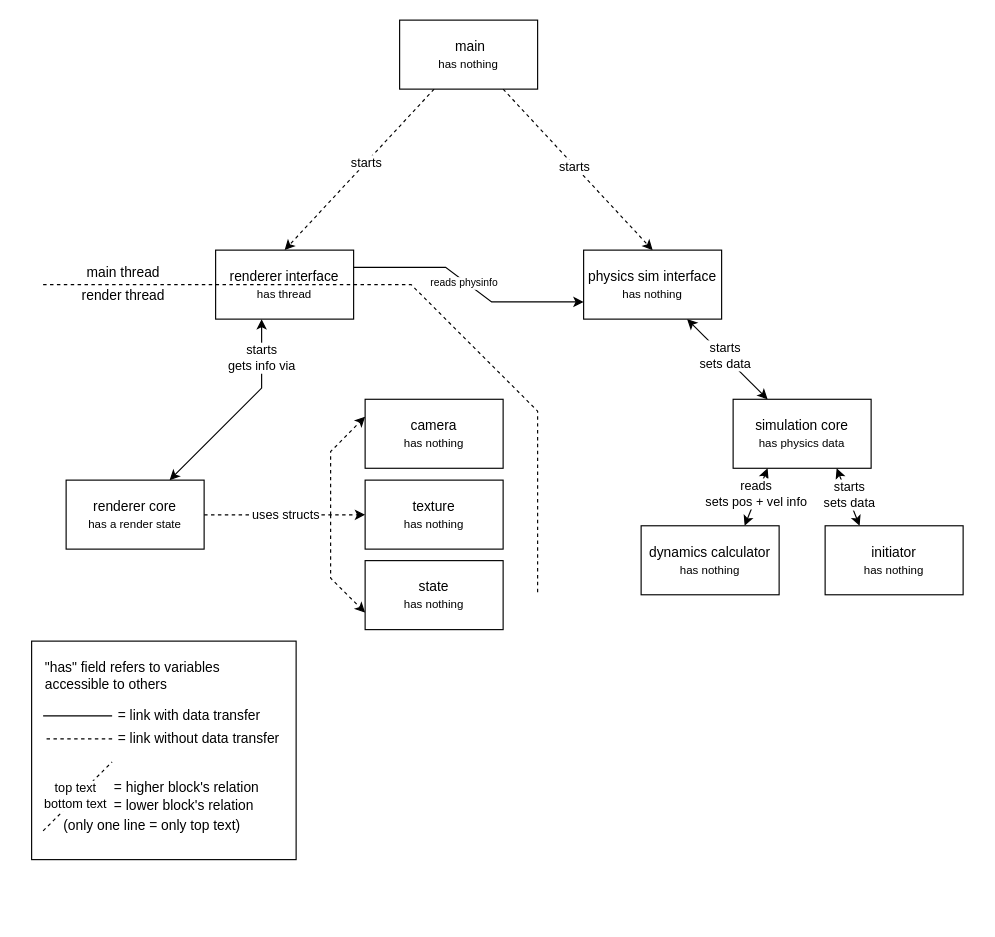
The draw.io diagram fusion.drawio in Naautilus/fusion, before the edit. Source tidied: cells renumbered, new cells numbered last; positions are measured from the earlier drawing's top-left corner, leaving out a move shared by most shapes. Both pictures are drawn from the tidied source at 115%, with x=0, y=0 at pixel (31, 20).
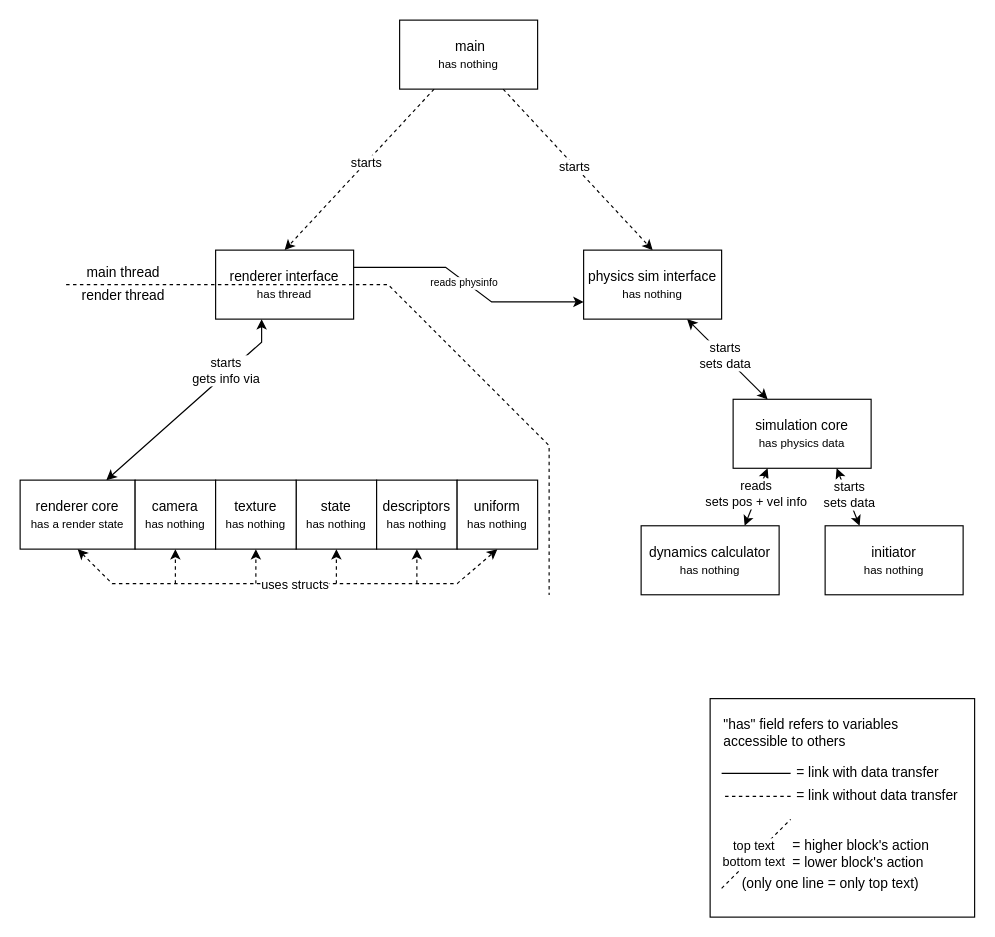
After the change.

The edit, as a diff of the source:
```diff
@@
     <mxCell id="2" style="rounded=0;whiteSpace=wrap;html=1;" parent="1" vertex="1">
-      <mxGeometry y="540" width="230" height="190" as="geometry" />
+      <mxGeometry x="590" y="590" width="230" height="190" as="geometry" />
     </mxCell>
@@
     <mxCell id="16" value="state&lt;div&gt;&lt;font size=&quot;1&quot;&gt;has nothing&lt;/font&gt;&lt;/div&gt;" style="rounded=0;whiteSpace=wrap;html=1;" parent="1" vertex="1">
-      <mxGeometry x="290" y="470" width="120" height="60" as="geometry" />
+      <mxGeometry x="230" y="400" width="70" height="60" as="geometry" />
     </mxCell>
     <mxCell id="17" style="rounded=0;jettySize=auto;html=1;entryX=0.75;entryY=0;entryDx=0;entryDy=0;startArrow=classic;startFill=1;" parent="1" edge="1" target="25">
       <mxGeometry relative="1" as="geometry">
         <mxPoint x="200" y="260" as="sourcePoint" />
         <Array as="points">
-          <mxPoint x="200" y="320" />
+          <mxPoint x="200" y="280" />
         </Array>
       </mxGeometry>
     </mxCell>
     <mxCell id="18" value="starts&lt;div&gt;gets info via&lt;/div&gt;" style="edgeLabel;html=1;align=center;verticalAlign=middle;" parent="17" vertex="1">
       <mxGeometry x="-0.15" y="-1" relative="1" as="geometry">
-        <mxPoint x="10" y="-36" as="offset" />
+        <mxPoint x="18" y="-18" as="offset" />
       </mxGeometry>
     </mxCell>
@@
-    <mxCell id="23" style="edgeStyle=orthogonalEdgeStyle;rounded=0;orthogonalLoop=1;jettySize=auto;html=1;exitX=1;exitY=0.75;exitDx=0;exitDy=0;entryX=0;entryY=0.75;entryDx=0;entryDy=0;dashed=1;" parent="1" edge="1">
+    <mxCell id="23" style="rounded=0;jettySize=auto;html=1;dashed=1;exitX=0.5;exitY=1;exitDx=0;exitDy=0;entryX=0.5;entryY=1;entryDx=0;entryDy=0;startArrow=classic;startFill=1;" parent="1" edge="1" source="25" target="44">
       <mxGeometry relative="1" as="geometry">
-        <mxPoint x="150" y="430.2" as="sourcePoint" />
-        <mxPoint x="290" y="430.2" as="targetPoint" />
+        <Array as="points">
+          <mxPoint x="70" y="490" />
+          <mxPoint x="370" y="490" />
+        </Array>
       </mxGeometry>
     </mxCell>
     <mxCell id="24" value="uses structs" style="edgeLabel;html=1;align=center;verticalAlign=middle;" parent="23" vertex="1">
-      <mxGeometry x="-0.01" y="1" relative="1" as="geometry">
-        <mxPoint x="1" as="offset" />
+      <mxGeometry x="-0.7" y="-3" relative="1" as="geometry">
+        <mxPoint x="143" y="-3" as="offset" />
       </mxGeometry>
     </mxCell>
     <mxCell id="25" value="renderer core&lt;div&gt;&lt;font size=&quot;1&quot;&gt;has a render state&lt;/font&gt;&lt;/div&gt;" style="rounded=0;whiteSpace=wrap;html=1;" parent="1" vertex="1">
-      <mxGeometry x="30" y="400" width="120" height="60" as="geometry" />
+      <mxGeometry x="-10" y="400" width="100" height="60" as="geometry" />
     </mxCell>
     <mxCell id="26" value="camera&lt;br&gt;&lt;div&gt;&lt;span style=&quot;font-size: 10px;&quot;&gt;has nothing&lt;/span&gt;&lt;/div&gt;" style="rounded=0;whiteSpace=wrap;html=1;" parent="1" vertex="1">
-      <mxGeometry x="290" y="329.7" width="120" height="60" as="geometry" />
+      <mxGeometry x="90" y="400" width="70" height="60" as="geometry" />
     </mxCell>
     <mxCell id="27" value="&quot;has&quot; field refers to variables accessible to others" style="text;html=1;whiteSpace=wrap;strokeColor=none;fillColor=none;align=left;verticalAlign=middle;rounded=0;" parent="1" vertex="1">
-      <mxGeometry x="10" y="555" width="180" height="30" as="geometry" />
+      <mxGeometry x="600" y="605" width="180" height="30" as="geometry" />
     </mxCell>
@@
     <mxCell id="29" style="endArrow=none;html=1;rounded=0;" parent="1" edge="1">
       <mxGeometry relative="1" as="geometry">
-        <mxPoint x="70" y="605" as="sourcePoint" />
-        <mxPoint x="10" y="605" as="targetPoint" />
+        <mxPoint x="660" y="655" as="sourcePoint" />
+        <mxPoint x="600" y="655" as="targetPoint" />
       </mxGeometry>
     </mxCell>
     <mxCell id="30" value="&amp;nbsp;&lt;span style=&quot;background-color: transparent; color: light-dark(rgb(0, 0, 0), rgb(255, 255, 255));&quot;&gt;= link with data transfer&lt;/span&gt;" style="text;html=1;whiteSpace=wrap;strokeColor=none;fillColor=none;align=left;verticalAlign=middle;rounded=0;" parent="1" vertex="1">
-      <mxGeometry x="70" y="595" width="150" height="20" as="geometry" />
+      <mxGeometry x="660" y="645" width="150" height="20" as="geometry" />
     </mxCell>
     <mxCell id="31" style="endArrow=none;dashed=1;html=1;rounded=0;" parent="1" edge="1">
       <mxGeometry relative="1" as="geometry">
-        <mxPoint x="70" y="625" as="sourcePoint" />
-        <mxPoint x="10" y="625" as="targetPoint" />
+        <mxPoint x="660" y="675" as="sourcePoint" />
+        <mxPoint x="600" y="675" as="targetPoint" />
       </mxGeometry>
     </mxCell>
     <mxCell id="32" value="&amp;nbsp;&lt;span style=&quot;background-color: transparent; color: light-dark(rgb(0, 0, 0), rgb(255, 255, 255));&quot;&gt;= link without data transfer&lt;/span&gt;" style="text;html=1;whiteSpace=wrap;strokeColor=none;fillColor=none;align=left;verticalAlign=middle;rounded=0;" parent="1" vertex="1">
-      <mxGeometry x="70" y="615" width="150" height="20" as="geometry" />
+      <mxGeometry x="660" y="665" width="150" height="20" as="geometry" />
     </mxCell>
     <mxCell id="33" style="endArrow=none;dashed=1;html=1;rounded=0;" parent="1" edge="1">
       <mxGeometry relative="1" as="geometry">
-        <mxPoint x="10" y="705" as="sourcePoint" />
-        <mxPoint x="70" y="645" as="targetPoint" />
+        <mxPoint x="600" y="755" as="sourcePoint" />
+        <mxPoint x="660" y="695" as="targetPoint" />
       </mxGeometry>
     </mxCell>
@@
-    <mxCell id="35" value="= higher block's relation&lt;div&gt;= lower block's relation&lt;/div&gt;" style="text;html=1;whiteSpace=wrap;strokeColor=none;fillColor=none;align=left;verticalAlign=middle;rounded=0;" parent="1" vertex="1">
-      <mxGeometry x="70" y="665" width="140" height="20" as="geometry" />
+    <mxCell id="35" value="= higher block's action&lt;div&gt;= lower block's action&lt;/div&gt;" style="text;html=1;whiteSpace=wrap;strokeColor=none;fillColor=none;align=left;verticalAlign=middle;rounded=0;" parent="1" vertex="1">
+      <mxGeometry x="660" y="715" width="140" height="20" as="geometry" />
     </mxCell>
     <mxCell id="36" value="(only one line = only top text)" style="text;html=1;whiteSpace=wrap;strokeColor=none;fillColor=none;align=left;verticalAlign=middle;rounded=0;" parent="1" vertex="1">
-      <mxGeometry x="25.5" y="691" width="165" height="20" as="geometry" />
+      <mxGeometry x="615.5" y="741" width="165" height="20" as="geometry" />
     </mxCell>
     <mxCell id="37" style="endArrow=none;dashed=1;html=1;rounded=0;" parent="1" edge="1">
       <mxGeometry relative="1" as="geometry">
-        <mxPoint x="10" y="230" as="sourcePoint" />
-        <mxPoint x="440" y="500" as="targetPoint" />
+        <mxPoint x="30" y="230" as="sourcePoint" />
+        <mxPoint x="450" y="500" as="targetPoint" />
         <Array as="points">
-          <mxPoint x="330" y="230" />
-          <mxPoint x="440" y="340" />
+          <mxPoint x="310" y="230" />
+          <mxPoint x="450" y="370" />
         </Array>
       </mxGeometry>
     </mxCell>
@@
     <mxCell id="40" value="texture&lt;br&gt;&lt;div&gt;&lt;font size=&quot;1&quot;&gt;has nothing&lt;/font&gt;&lt;/div&gt;" style="rounded=0;whiteSpace=wrap;html=1;" parent="1" vertex="1">
-      <mxGeometry x="290" y="400" width="120" height="60" as="geometry" />
+      <mxGeometry x="160" y="400" width="70" height="60" as="geometry" />
     </mxCell>
-    <mxCell id="41" style="rounded=0;orthogonalLoop=1;jettySize=auto;html=1;entryX=0;entryY=0.5;entryDx=0;entryDy=0;dashed=1;" parent="1" edge="1">
-      <mxGeometry relative="1" as="geometry">
-        <mxPoint x="260" y="430.2" as="sourcePoint" />
-        <mxPoint x="290" y="344.8" as="targetPoint" />
-        <Array as="points">
-          <mxPoint x="260" y="375.2" />
-        </Array>
-      </mxGeometry>
-    </mxCell>
-    <mxCell id="42" style="rounded=0;orthogonalLoop=1;jettySize=auto;html=1;entryX=0;entryY=0.5;entryDx=0;entryDy=0;dashed=1;" parent="1" edge="1">
-      <mxGeometry relative="1" as="geometry">
-        <mxPoint x="260" y="430.2" as="sourcePoint" />
-        <mxPoint x="290" y="515.2" as="targetPoint" />
-        <Array as="points">
-          <mxPoint x="260" y="485.2" />
-        </Array>
-      </mxGeometry>
-    </mxCell>
+    <mxCell id="43" value="&lt;div&gt;descriptors&lt;/div&gt;&lt;div&gt;&lt;font size=&quot;1&quot;&gt;has nothing&lt;/font&gt;&lt;/div&gt;" style="rounded=0;whiteSpace=wrap;html=1;" parent="1" vertex="1">
+      <mxGeometry x="300" y="400" width="70" height="60" as="geometry" />
+    </mxCell>
+    <mxCell id="44" value="uniform&lt;div&gt;&lt;font size=&quot;1&quot;&gt;has nothing&lt;/font&gt;&lt;/div&gt;" style="rounded=0;whiteSpace=wrap;html=1;" parent="1" vertex="1">
+      <mxGeometry x="370" y="400" width="70" height="60" as="geometry" />
+    </mxCell>
+    <mxCell id="45" style="rounded=0;orthogonalLoop=1;jettySize=auto;html=1;dashed=1;exitX=0.5;exitY=1;exitDx=0;exitDy=0;startArrow=none;startFill=0;" parent="1" edge="1">
+      <mxGeometry relative="1" as="geometry">
+        <mxPoint x="125" y="490" as="sourcePoint" />
+        <mxPoint x="125" y="460" as="targetPoint" />
+      </mxGeometry>
+    </mxCell>
+    <mxCell id="46" style="rounded=0;orthogonalLoop=1;jettySize=auto;html=1;dashed=1;exitX=0.5;exitY=1;exitDx=0;exitDy=0;startArrow=none;startFill=0;" parent="1" edge="1">
+      <mxGeometry relative="1" as="geometry">
+        <mxPoint x="195" y="490" as="sourcePoint" />
+        <mxPoint x="195" y="460" as="targetPoint" />
+      </mxGeometry>
+    </mxCell>
+    <mxCell id="47" style="rounded=0;orthogonalLoop=1;jettySize=auto;html=1;dashed=1;exitX=0.5;exitY=1;exitDx=0;exitDy=0;startArrow=none;startFill=0;" parent="1" edge="1">
+      <mxGeometry relative="1" as="geometry">
+        <mxPoint x="265" y="490" as="sourcePoint" />
+        <mxPoint x="265" y="460" as="targetPoint" />
+      </mxGeometry>
+    </mxCell>
+    <mxCell id="48" style="rounded=0;orthogonalLoop=1;jettySize=auto;html=1;dashed=1;exitX=0.5;exitY=1;exitDx=0;exitDy=0;startArrow=none;startFill=0;" parent="1" edge="1">
+      <mxGeometry relative="1" as="geometry">
+        <mxPoint x="335" y="490" as="sourcePoint" />
+        <mxPoint x="335" y="460" as="targetPoint" />
+      </mxGeometry>
+    </mxCell>
```
